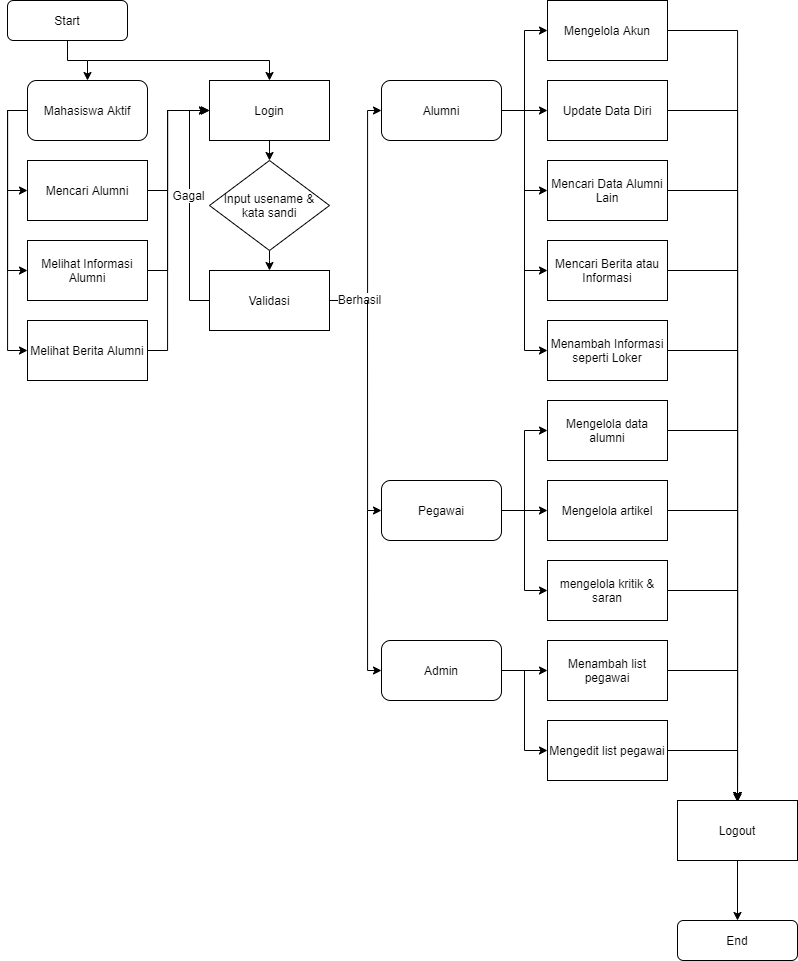
The draw.io diagram flowchart.png in DwikiAffandi/flowchart, before a commit. Source tidied: cells renumbered, new cells last; positions are measured from the earlier drawing's top-left corner, leaving out a move shared by most shapes.
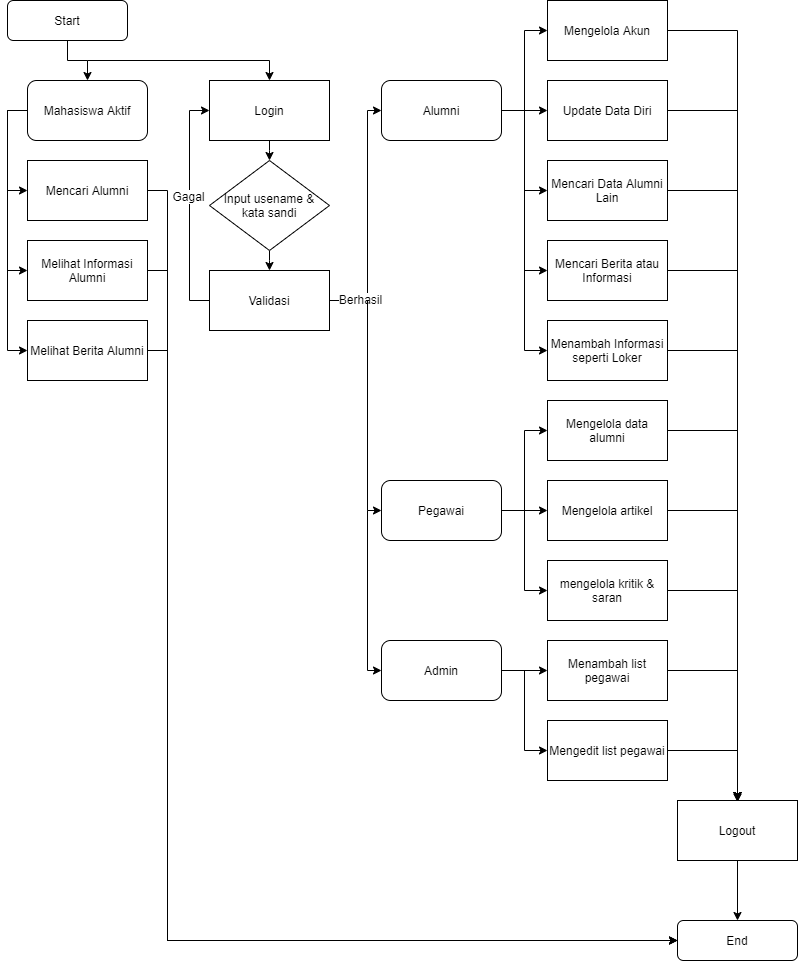
The same diagram one commit later.

Change to the diagram source:
```diff
@@ -27,15 +27,15 @@
     <mxCell id="6" value="Mahasiswa Aktif" style="rounded=1;whiteSpace=wrap;html=1;" parent="1" vertex="1">
       <mxGeometry x="20" y="80" width="120" height="60" as="geometry" />
     </mxCell>
-    <mxCell id="7" style="edgeStyle=orthogonalEdgeStyle;rounded=0;jettySize=auto;html=1;" parent="1" edge="1" source="8">
-      <mxGeometry relative="1" as="geometry">
-        <mxPoint x="200" y="110" as="targetPoint" />
-        <Array as="points">
-          <mxPoint x="160" y="270" />
-          <mxPoint x="160" y="110" />
-        </Array>
-      </mxGeometry>
-    </mxCell>
+    <mxCell id="62" style="edgeStyle=orthogonalEdgeStyle;rounded=0;jettySize=auto;html=1;" parent="1" edge="1" source="8">
+      <mxGeometry relative="1" as="geometry">
+        <mxPoint x="670" y="940" as="targetPoint" />
+        <Array as="points">
+          <mxPoint x="160" y="270" />
+          <mxPoint x="160" y="940" />
+        </Array>
+      </mxGeometry>
+    </mxCell>
     <mxCell id="8" value="Melihat Informasi Alumni" style="rounded=0;whiteSpace=wrap;html=1;" parent="1" vertex="1">
       <mxGeometry x="20" y="240" width="120" height="60" as="geometry" />
     </mxCell>
@@ -88,15 +88,14 @@
         <mxPoint y="190" as="sourcePoint" />
       </mxGeometry>
     </mxCell>
-    <mxCell id="20" style="edgeStyle=orthogonalEdgeStyle;rounded=0;jettySize=auto;html=1;" parent="1" edge="1" source="21">
-      <mxGeometry relative="1" as="geometry">
-        <mxPoint x="200" y="110" as="targetPoint" />
-        <Array as="points">
-          <mxPoint x="160" y="190" />
-          <mxPoint x="160" y="110" />
-        </Array>
-      </mxGeometry>
-    </mxCell>
+    <mxCell id="63" style="edgeStyle=orthogonalEdgeStyle;rounded=0;jettySize=auto;html=1;entryX=0;entryY=0.5;entryDx=0;entryDy=0;" parent="1" edge="1" source="21" target="57">
+      <mxGeometry relative="1" as="geometry">
+        <Array as="points">
+          <mxPoint x="160" y="190" />
+          <mxPoint x="160" y="940" />
+        </Array>
+      </mxGeometry>
+    </mxCell>
     <mxCell id="21" value="Mencari Alumni" style="rounded=0;whiteSpace=wrap;html=1;" parent="1" vertex="1">
       <mxGeometry x="20" y="160" width="120" height="60" as="geometry" />
     </mxCell>
@@ -226,14 +225,15 @@
     <mxCell id="57" value="End" style="rounded=1;whiteSpace=wrap;html=1;" parent="1" vertex="1">
       <mxGeometry x="670" y="920" width="120" height="40" as="geometry" />
     </mxCell>
-    <mxCell id="58" style="edgeStyle=orthogonalEdgeStyle;rounded=0;jettySize=auto;html=1;entryX=0;entryY=0.5;entryDx=0;entryDy=0;" parent="1" edge="1" source="59" target="11">
-      <mxGeometry relative="1" as="geometry">
-        <Array as="points">
-          <mxPoint x="160" y="350" />
-          <mxPoint x="160" y="110" />
-        </Array>
-      </mxGeometry>
-    </mxCell>
+    <mxCell id="64" style="edgeStyle=orthogonalEdgeStyle;rounded=0;jettySize=auto;html=1;" parent="1" edge="1" source="59">
+      <mxGeometry relative="1" as="geometry">
+        <mxPoint x="670" y="940" as="targetPoint" />
+        <Array as="points">
+          <mxPoint x="160" y="350" />
+          <mxPoint x="160" y="940" />
+        </Array>
+      </mxGeometry>
+    </mxCell>
     <mxCell id="59" value="Melihat Berita Alumni" style="rounded=0;whiteSpace=wrap;html=1;" parent="1" vertex="1">
       <mxGeometry x="20" y="320" width="120" height="60" as="geometry" />
     </mxCell>
```
